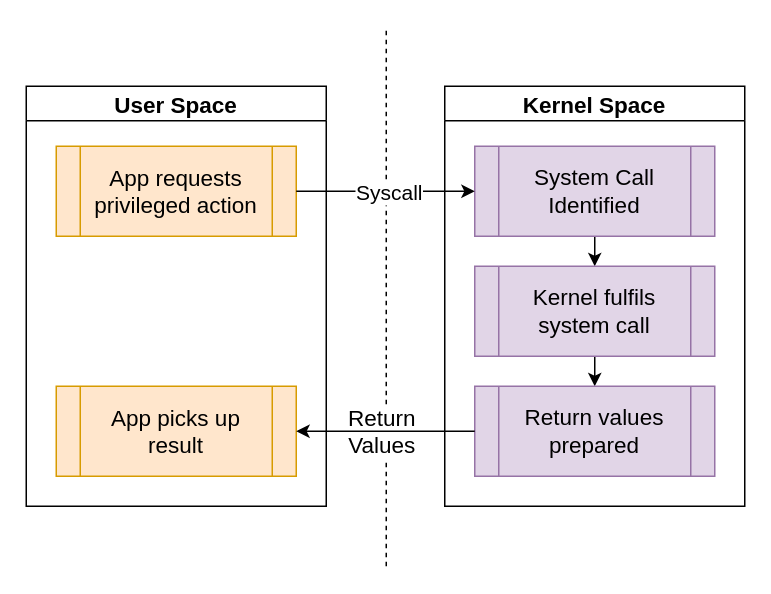
tcassar-diss/report keeps this draw.io diagram as diagrams/syscall-flow.drawio. Above is the earlier version. Source tidied: cells renumbered, new cells numbered last; positions are measured from the earlier drawing's top-left corner, leaving out a move shared by most shapes. Both pictures are drawn from the tidied source at 150%, with x=0, y=0 at pixel (26, 26).
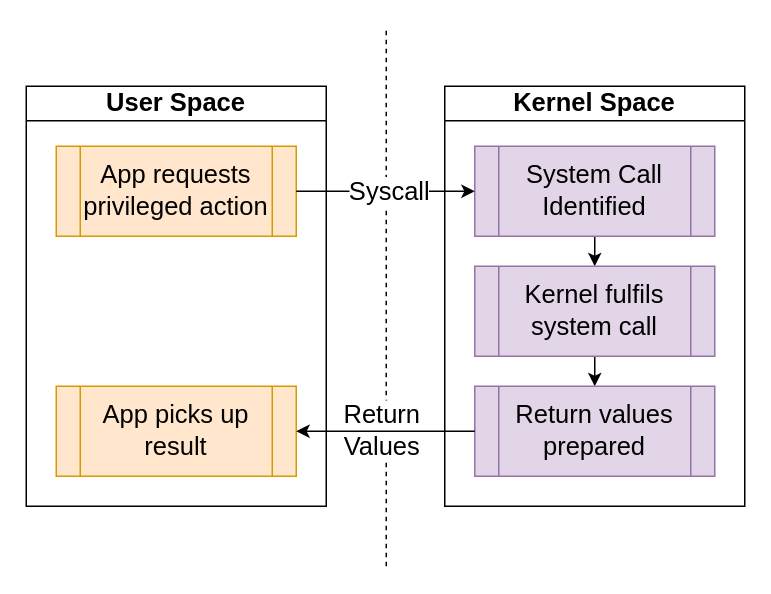
After the change.

The edit, as a diff of the source:
```diff
@@
 <mxGraphModel>
   <root>
     <mxCell id="0" />
     <mxCell id="1" parent="0" />
-    <mxCell id="2" value="&lt;font style=&quot;font-size: 15px;&quot;&gt;User Space&lt;/font&gt;" style="swimlane;whiteSpace=wrap;html=1;" parent="1" vertex="1">
+    <mxCell id="2" value="&lt;font&gt;User Space&lt;/font&gt;" style="swimlane;whiteSpace=wrap;html=1;fontSize=17;" parent="1" vertex="1">
       <mxGeometry y="40" width="200" height="280" as="geometry" />
     </mxCell>
-    <mxCell id="3" value="&lt;font style=&quot;font-size: 15px;&quot;&gt;App requests&lt;/font&gt;&lt;div&gt;&lt;font style=&quot;font-size: 15px;&quot;&gt;privileged action&lt;/font&gt;&lt;/div&gt;" style="shape=process;whiteSpace=wrap;html=1;backgroundOutline=1;fillColor=#ffe6cc;strokeColor=#d79b00;" parent="2" vertex="1">
+    <mxCell id="3" value="&lt;font&gt;App requests&lt;/font&gt;&lt;div&gt;&lt;font&gt;privileged action&lt;/font&gt;&lt;/div&gt;" style="shape=process;whiteSpace=wrap;html=1;backgroundOutline=1;fillColor=#ffe6cc;strokeColor=#d79b00;fontSize=17;" parent="2" vertex="1">
       <mxGeometry x="20" y="40" width="160" height="60" as="geometry" />
     </mxCell>
-    <mxCell id="4" value="&lt;span style=&quot;font-size: 15px;&quot;&gt;App picks up result&lt;/span&gt;" style="shape=process;whiteSpace=wrap;html=1;backgroundOutline=1;fillColor=#ffe6cc;strokeColor=#d79b00;" parent="2" vertex="1">
+    <mxCell id="4" value="&lt;span&gt;App picks up result&lt;/span&gt;" style="shape=process;whiteSpace=wrap;html=1;backgroundOutline=1;fillColor=#ffe6cc;strokeColor=#d79b00;fontSize=17;" parent="2" vertex="1">
       <mxGeometry x="20" y="200" width="160" height="60" as="geometry" />
     </mxCell>
-    <mxCell id="5" value="&lt;font style=&quot;font-size: 15px;&quot;&gt;Kernel Space&lt;/font&gt;" style="swimlane;whiteSpace=wrap;html=1;" parent="1" vertex="1">
+    <mxCell id="5" value="&lt;font&gt;Kernel Space&lt;/font&gt;" style="swimlane;whiteSpace=wrap;html=1;fontSize=17;" parent="1" vertex="1">
       <mxGeometry x="279" y="40" width="200" height="280" as="geometry" />
     </mxCell>
-    <mxCell id="6" style="edgeStyle=orthogonalEdgeStyle;rounded=0;jettySize=auto;html=1;exitX=0.5;exitY=1;exitDx=0;exitDy=0;entryX=0.5;entryY=0;entryDx=0;entryDy=0;" parent="5" edge="1" source="7" target="9">
+    <mxCell id="6" style="edgeStyle=orthogonalEdgeStyle;rounded=0;jettySize=auto;html=1;exitX=0.5;exitY=1;exitDx=0;exitDy=0;entryX=0.5;entryY=0;entryDx=0;entryDy=0;fontSize=17;" parent="5" edge="1" source="7" target="9">
       <mxGeometry relative="1" as="geometry" />
     </mxCell>
-    <mxCell id="7" value="&lt;font style=&quot;font-size: 15px;&quot; face=&quot;Helvetica&quot;&gt;System Call&lt;/font&gt;&lt;div&gt;&lt;font style=&quot;font-size: 15px;&quot; face=&quot;Helvetica&quot;&gt;Identified&lt;/font&gt;&lt;/div&gt;" style="shape=process;whiteSpace=wrap;html=1;backgroundOutline=1;hachureGap=4;fontFamily=Architects Daughter;fillColor=#e1d5e7;strokeColor=#9673a6;" parent="5" vertex="1">
+    <mxCell id="7" value="&lt;font face=&quot;Helvetica&quot;&gt;System Call&lt;/font&gt;&lt;div&gt;&lt;font face=&quot;Helvetica&quot;&gt;Identified&lt;/font&gt;&lt;/div&gt;" style="shape=process;whiteSpace=wrap;html=1;backgroundOutline=1;hachureGap=4;fontFamily=Architects Daughter;fillColor=#e1d5e7;strokeColor=#9673a6;fontSize=17;" parent="5" vertex="1">
       <mxGeometry x="20" y="40" width="160" height="60" as="geometry" />
     </mxCell>
-    <mxCell id="8" style="edgeStyle=orthogonalEdgeStyle;rounded=0;jettySize=auto;html=1;exitX=0.5;exitY=1;exitDx=0;exitDy=0;entryX=0.5;entryY=0;entryDx=0;entryDy=0;" parent="5" edge="1" source="9" target="10">
+    <mxCell id="8" style="edgeStyle=orthogonalEdgeStyle;rounded=0;jettySize=auto;html=1;exitX=0.5;exitY=1;exitDx=0;exitDy=0;entryX=0.5;entryY=0;entryDx=0;entryDy=0;fontSize=17;" parent="5" edge="1" source="9" target="10">
       <mxGeometry relative="1" as="geometry" />
     </mxCell>
-    <mxCell id="9" value="&lt;font style=&quot;font-size: 15px;&quot; face=&quot;Helvetica&quot;&gt;Kernel fulfils system call&lt;/font&gt;" style="shape=process;whiteSpace=wrap;html=1;backgroundOutline=1;hachureGap=4;fontFamily=Architects Daughter;fillColor=#e1d5e7;strokeColor=#9673a6;" parent="5" vertex="1">
+    <mxCell id="9" value="&lt;font face=&quot;Helvetica&quot;&gt;Kernel fulfils system call&lt;/font&gt;" style="shape=process;whiteSpace=wrap;html=1;backgroundOutline=1;hachureGap=4;fontFamily=Architects Daughter;fillColor=#e1d5e7;strokeColor=#9673a6;fontSize=17;" parent="5" vertex="1">
       <mxGeometry x="20" y="120" width="160" height="60" as="geometry" />
     </mxCell>
-    <mxCell id="10" value="&lt;font face=&quot;Helvetica&quot;&gt;&lt;span style=&quot;font-size: 15px;&quot;&gt;Return values prepared&lt;/span&gt;&lt;/font&gt;" style="shape=process;whiteSpace=wrap;html=1;backgroundOutline=1;hachureGap=4;fontFamily=Architects Daughter;fillColor=#e1d5e7;strokeColor=#9673a6;" parent="5" vertex="1">
+    <mxCell id="10" value="&lt;font face=&quot;Helvetica&quot;&gt;&lt;span&gt;Return values prepared&lt;/span&gt;&lt;/font&gt;" style="shape=process;whiteSpace=wrap;html=1;backgroundOutline=1;hachureGap=4;fontFamily=Architects Daughter;fillColor=#e1d5e7;strokeColor=#9673a6;fontSize=17;" parent="5" vertex="1">
       <mxGeometry x="20" y="200" width="160" height="60" as="geometry" />
     </mxCell>
     <mxCell id="11" style="endArrow=none;dashed=1;html=1;rounded=0;" parent="1" edge="1">
       <mxGeometry relative="1" as="geometry">
         <mxPoint x="240" y="360" as="sourcePoint" />
         <mxPoint x="240" as="targetPoint" />
       </mxGeometry>
     </mxCell>
-    <mxCell id="12" value="&lt;font style=&quot;font-size: 15px;&quot;&gt;Return&lt;/font&gt;&lt;div&gt;&lt;font style=&quot;font-size: 15px;&quot;&gt;Values&lt;/font&gt;&lt;/div&gt;" style="edgeLabel;html=1;align=center;verticalAlign=middle;" parent="11" vertex="1">
+    <mxCell id="12" value="&lt;font&gt;Return&lt;/font&gt;&lt;div&gt;&lt;font&gt;Values&lt;/font&gt;&lt;/div&gt;" style="edgeLabel;html=1;align=center;verticalAlign=middle;fontSize=17;" parent="11" vertex="1">
       <mxGeometry x="-0.47" y="4" relative="1" as="geometry">
         <mxPoint y="4" as="offset" />
       </mxGeometry>
     </mxCell>
-    <mxCell id="13" style="edgeStyle=orthogonalEdgeStyle;rounded=0;jettySize=auto;html=1;exitX=1;exitY=0.5;exitDx=0;exitDy=0;entryX=0;entryY=0.5;entryDx=0;entryDy=0;" parent="1" edge="1" source="3" target="7">
+    <mxCell id="13" style="edgeStyle=orthogonalEdgeStyle;rounded=0;jettySize=auto;html=1;exitX=1;exitY=0.5;exitDx=0;exitDy=0;entryX=0;entryY=0.5;entryDx=0;entryDy=0;fontSize=17;" parent="1" edge="1" source="3" target="7">
       <mxGeometry relative="1" as="geometry" />
     </mxCell>
-    <mxCell id="14" value="&lt;font style=&quot;font-size: 14px;&quot;&gt;Syscall&lt;/font&gt;" style="edgeLabel;html=1;align=center;verticalAlign=middle;" parent="13" vertex="1">
+    <mxCell id="14" value="&lt;font&gt;Syscall&lt;/font&gt;" style="edgeLabel;html=1;align=center;verticalAlign=middle;fontSize=17;" parent="13" vertex="1">
       <mxGeometry x="0.03" y="1" relative="1" as="geometry">
         <mxPoint y="1" as="offset" />
       </mxGeometry>
     </mxCell>
-    <mxCell id="15" style="edgeStyle=orthogonalEdgeStyle;rounded=0;orthogonalLoop=1;jettySize=auto;html=1;exitX=0;exitY=0.5;exitDx=0;exitDy=0;entryX=1;entryY=0.5;entryDx=0;entryDy=0;" parent="1" edge="1">
+    <mxCell id="15" style="edgeStyle=orthogonalEdgeStyle;rounded=0;orthogonalLoop=1;jettySize=auto;html=1;exitX=0;exitY=0.5;exitDx=0;exitDy=0;entryX=1;entryY=0.5;entryDx=0;entryDy=0;fontSize=17;" parent="1" edge="1">
       <mxGeometry relative="1" as="geometry">
         <mxPoint x="299" y="270" as="sourcePoint" />
         <mxPoint x="180" y="270" as="targetPoint" />
       </mxGeometry>
     </mxCell>
   </root>
 </mxGraphModel>
```
